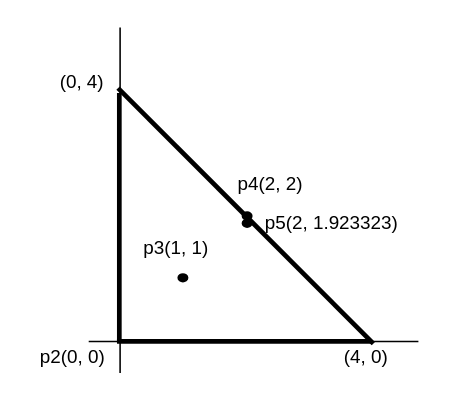
Earlier version of the draw.io diagram page "02_ex03" (1 of 2) of cpp_module.drawio (Lee-seungju/drawfile). Source tidied: cells renumbered, new cells numbered last; positions are measured from the earlier drawing's top-left corner, leaving out a move shared by most shapes. Both pictures are drawn from the tidied source at 157%, with x=0, y=0 at pixel (-6, 27).
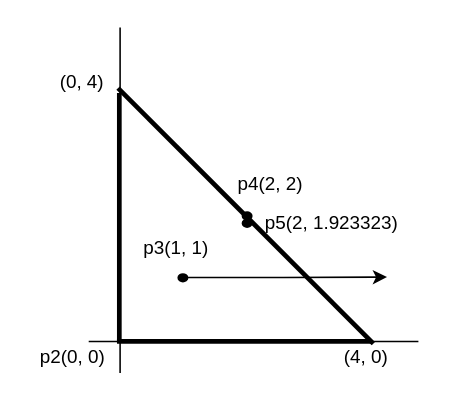
The same page after the edit.

The edit, as a diff of the source:
```diff
@@
+    <mxCell id="16" style="endArrow=classic;html=1;rounded=0;edgeStyle=orthogonalEdgeStyle;" parent="1" edge="1">
+      <mxGeometry relative="1" as="geometry">
+        <mxPoint x="118" y="159.3" as="sourcePoint" />
+        <mxPoint x="250" y="159" as="targetPoint" />
+        <Array as="points">
+          <mxPoint x="184" y="159" />
+          <mxPoint x="250" y="159" />
+        </Array>
+      </mxGeometry>
+    </mxCell>
```
